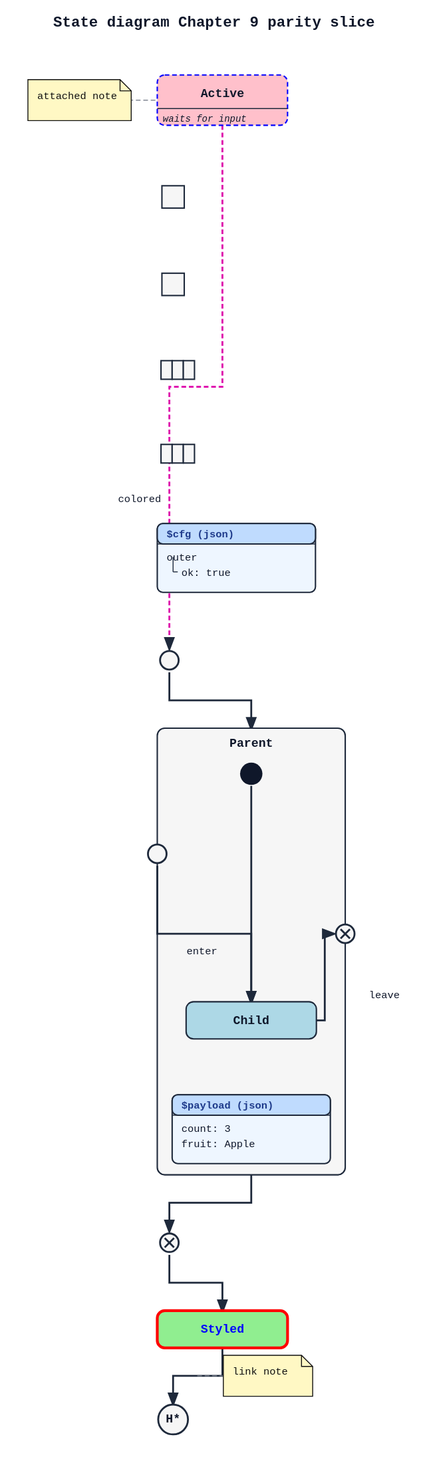
Above: docs/examples/state/12_ch09_parity.svg in alliecatowo/puml (PlantUML), before the change. Its source is kept beside it as docs/examples/state/12_ch09_parity.puml.
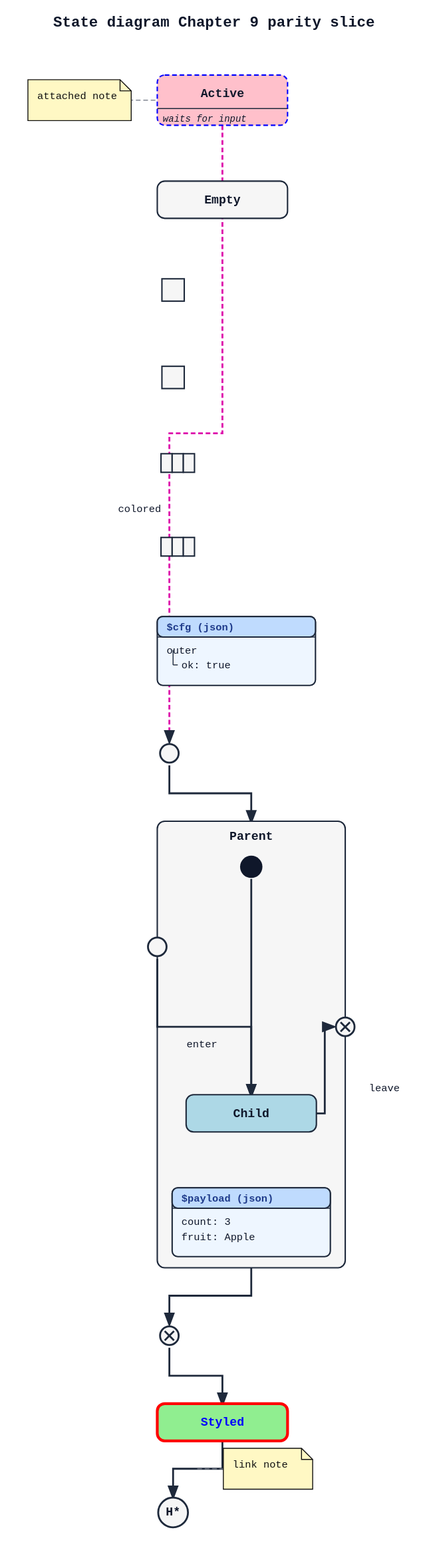
Later version of the same file.

Commit message:
feat(state): support hide empty description

Diff of the diagram source:
```diff
@@ -1,8 +1,11 @@
 @startuml
 title State diagram Chapter 9 parity slice
+hide empty description
 
 state Active #pink ##[dashed]blue
 Active : waits for input
+
+state Empty
 
 state Styled #back:lightgreen;line:red;line.bold;text:blue
 
```
